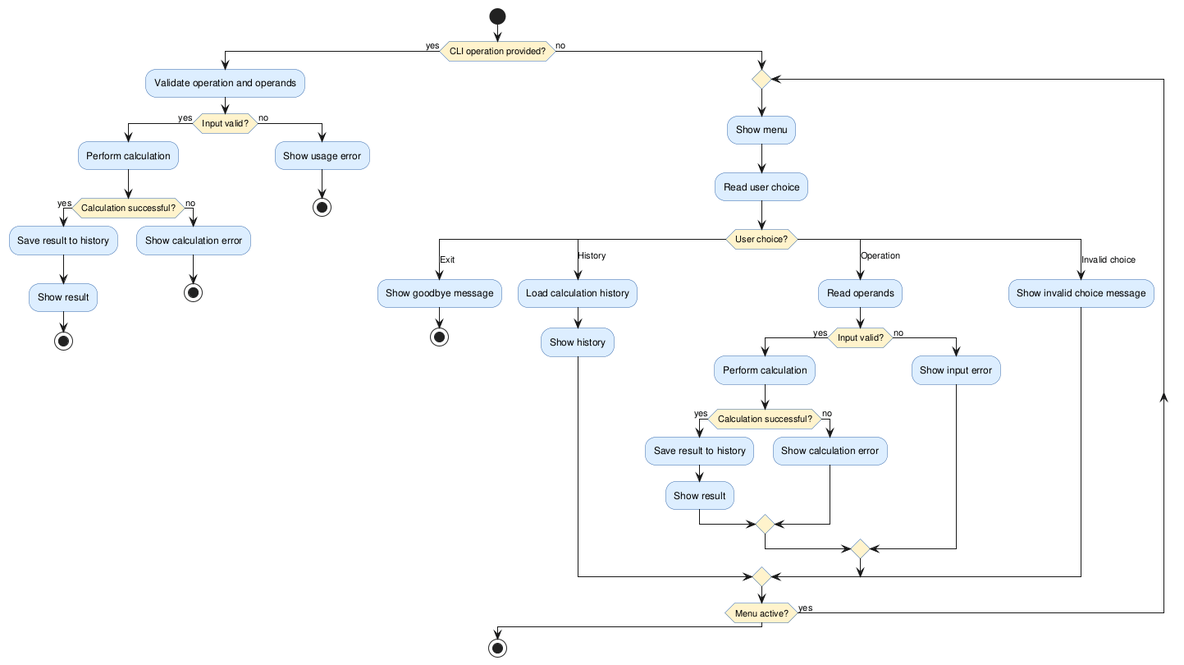
DanielRiha8906/Software_autoevolution_using_agents keeps this PlantUML diagram as experiments/broadcast/user_stories/calculator/artifacts/activity_diagram.png. Above is the earlier version.
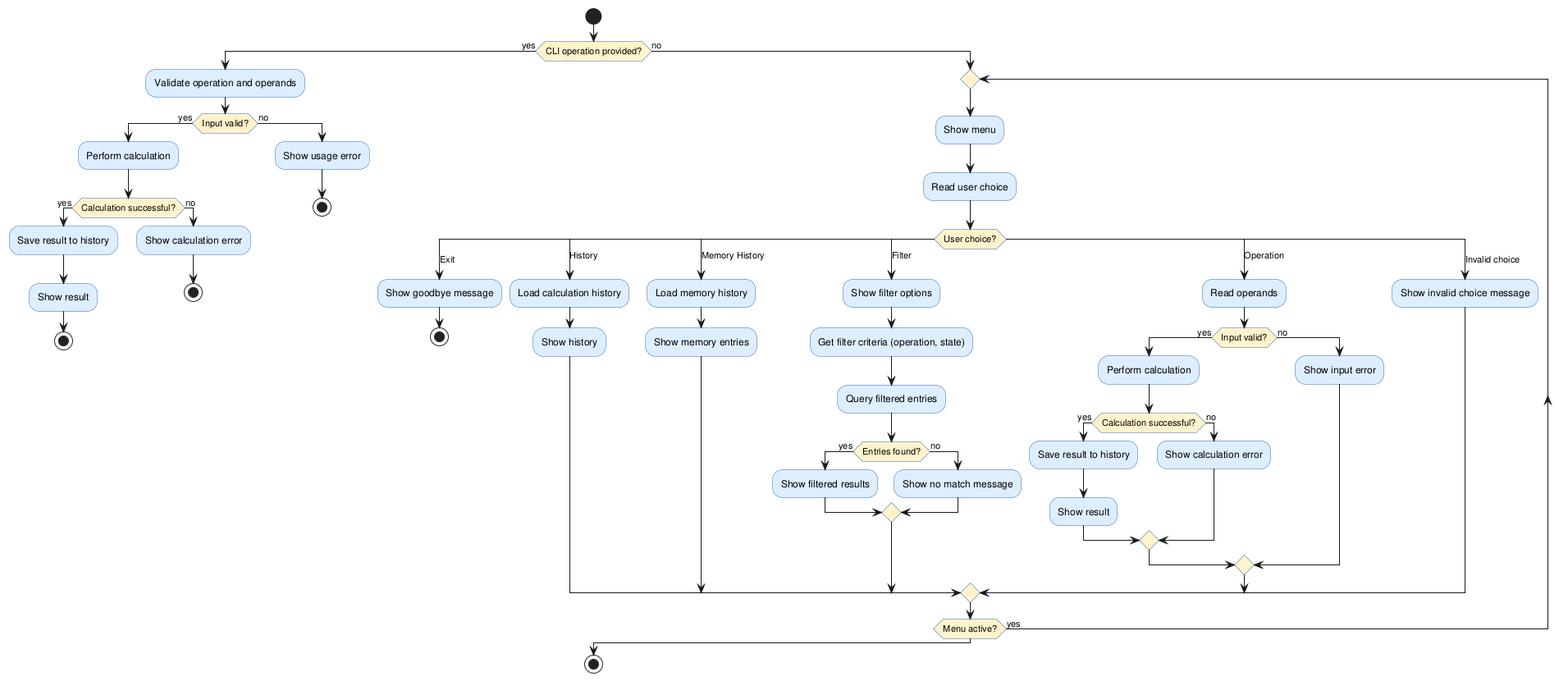
Above is the later version.

The edit, as a diff of the source:
```diff
@@ -43,6 +43,20 @@
         :Load calculation history;
         :Show history;
 
+      case (Memory History)
+        :Load memory history;
+        :Show memory entries;
+
+      case (Filter)
+        :Show filter options;
+        :Get filter criteria (operation, state);
+        :Query filtered entries;
+        if (Entries found?) then (yes)
+          :Show filtered results;
+        else (no)
+          :Show no match message;
+        endif
+
       case (Operation)
         :Read operands;
 
```
